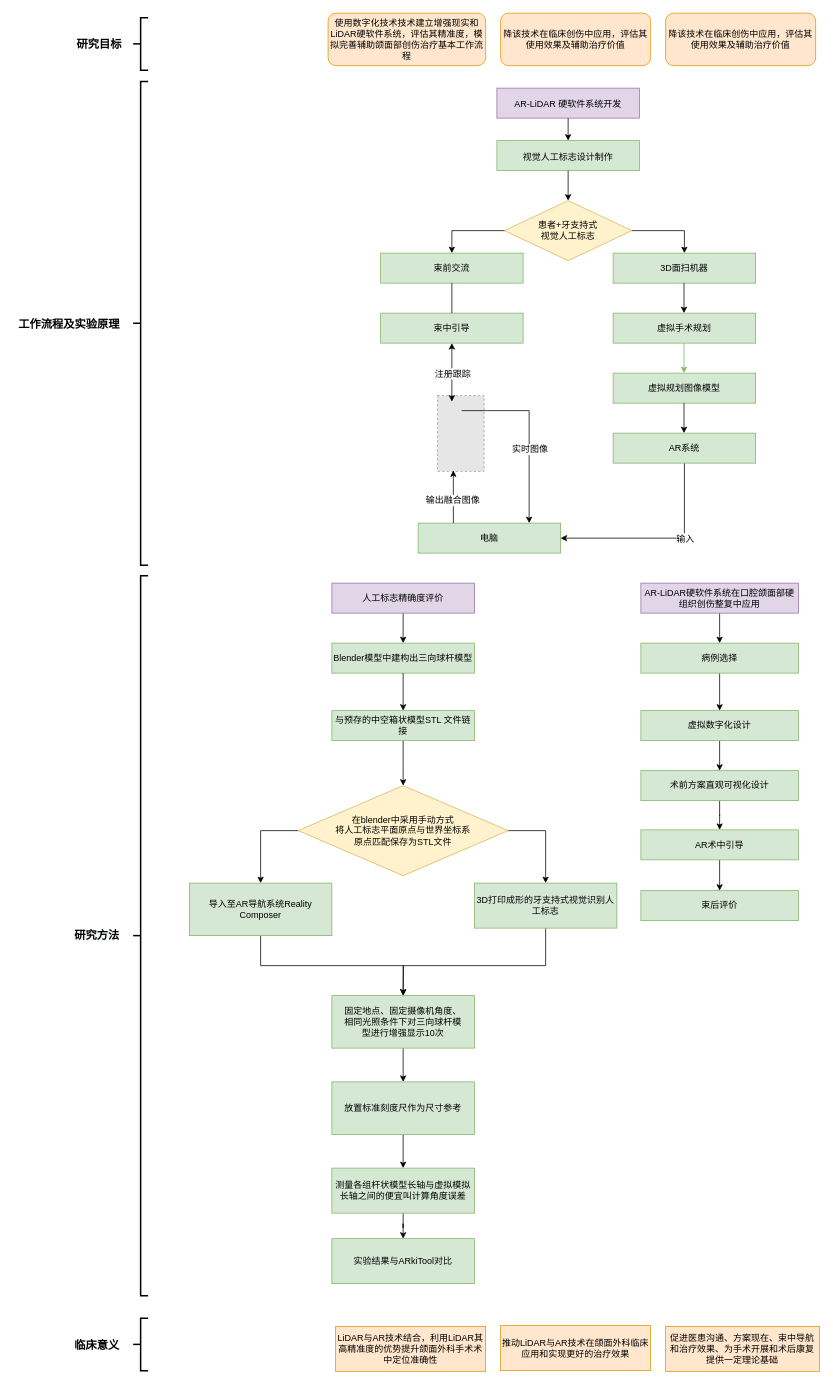
The draw.io diagram 未命名绘图.drawio in henry1593572/-, before the edit. Source tidied: cells renumbered, new cells numbered last; positions are measured from the earlier drawing's top-left corner, leaving out a move shared by most shapes. Both pictures are drawn from the tidied source at 75%, with x=0, y=0 at pixel (13, 13). Pictures stored in the file or linked from it are replaced by grey dashed boxes.
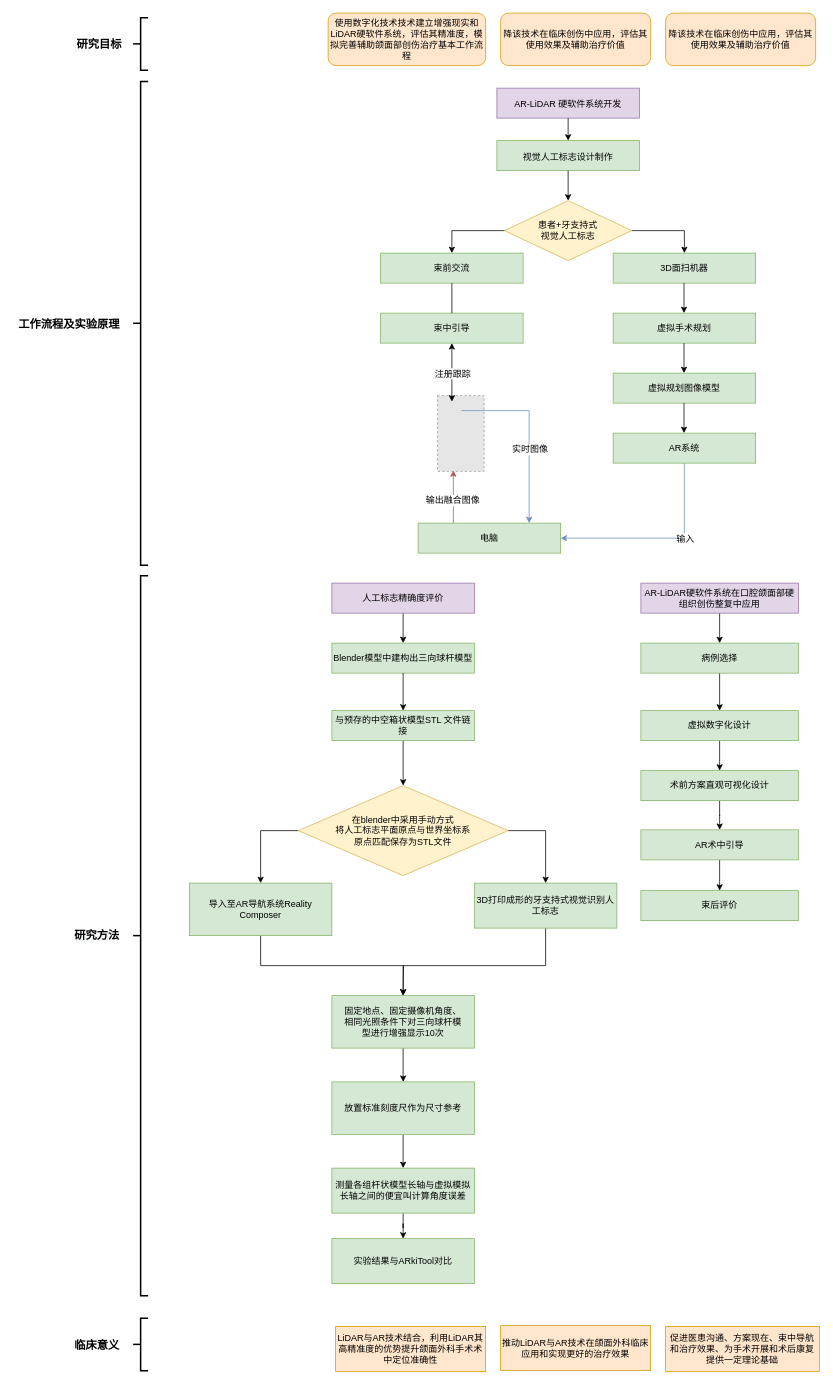
The same diagram, later.

Commit message (it also covers changes not shown here):
大创流程图.drawio

Unchanged cells that the change refers to:
```xml
<mxCell id="25" value="AR系统" style="rounded=0;whiteSpace=wrap;html=1;fontSize=12;fillColor=#d5e8d4;strokeColor=#82b366;" parent="1" vertex="1">
  <mxGeometry x="800" y="560" width="190" height="40" as="geometry" />
</mxCell>
<mxCell id="26" style="fillColor=#E6E6E6;strokeColor=#999999;dashed=1;verticalLabelPosition=bottom;labelBackgroundColor=default;verticalAlign=top;" parent="1" vertex="1">
  <mxGeometry x="565.8" y="510" width="62.2" height="101" as="geometry" />
</mxCell>
<mxCell id="27" value="电脑" style="rounded=0;whiteSpace=wrap;html=1;fontSize=12;fillColor=#d5e8d4;strokeColor=#82b366;" parent="1" vertex="1">
  <mxGeometry x="540" y="680" width="190" height="40" as="geometry" />
</mxCell>
```

Change to the diagram source:
```diff
@@
-    <mxCell id="20" style="endArrow=classic;html=1;rounded=0;fontSize=15;exitX=0.5;exitY=1;exitDx=0;exitDy=0;fillColor=#d5e8d4;strokeColor=#82b366;" parent="1" edge="1">
+    <mxCell id="20" style="endArrow=classic;html=1;rounded=0;fontSize=15;exitX=0.5;exitY=1;exitDx=0;exitDy=0;fillColor=#d5e8d4;strokeColor=#000000;" parent="1" edge="1">
       <mxGeometry relative="1" as="geometry">
         <mxPoint x="894.5" y="440" as="sourcePoint" />
         <mxPoint x="894.5" y="480" as="targetPoint" />
       </mxGeometry>
     </mxCell>
@@
-    <mxCell id="23" style="edgeStyle=orthogonalEdgeStyle;rounded=0;jettySize=auto;html=1;exitX=0.5;exitY=1;exitDx=0;exitDy=0;fontSize=15;entryX=1;entryY=0.5;entryDx=0;entryDy=0;" parent="1" edge="1" source="25" target="27">
+    <mxCell id="23" style="edgeStyle=orthogonalEdgeStyle;rounded=0;jettySize=auto;html=1;exitX=0.5;exitY=1;exitDx=0;exitDy=0;fontSize=15;entryX=1;entryY=0.5;entryDx=0;entryDy=0;fillColor=#dae8fc;strokeColor=#6c8ebf;" parent="1" edge="1" source="25" target="27">
       <mxGeometry relative="1" as="geometry" />
     </mxCell>
@@
-    <mxCell id="28" style="endArrow=classic;html=1;rounded=0;fontSize=15;" parent="1" edge="1">
+    <mxCell id="28" style="endArrow=classic;html=1;rounded=0;fontSize=15;fillColor=#dae8fc;strokeColor=#6c8ebf;" parent="1" edge="1">
       <mxGeometry relative="1" as="geometry">
         <mxPoint x="598" y="530" as="sourcePoint" />
         <mxPoint x="688" y="680" as="targetPoint" />
         <Array as="points">
           <mxPoint x="688" y="530" />
         </Array>
       </mxGeometry>
     </mxCell>
@@
-    <mxCell id="30" style="endArrow=classic;html=1;rounded=0;fontSize=15;entryX=0.34;entryY=0.987;entryDx=0;entryDy=0;entryPerimeter=0;" parent="1" edge="1" target="26">
+    <mxCell id="30" style="endArrow=classic;html=1;rounded=0;fontSize=15;entryX=0.34;entryY=0.987;entryDx=0;entryDy=0;entryPerimeter=0;fillColor=#f8cecc;strokeColor=#b85450;" parent="1" edge="1" target="26">
       <mxGeometry relative="1" as="geometry">
         <mxPoint x="587" y="680" as="sourcePoint" />
       </mxGeometry>
     </mxCell>
```
